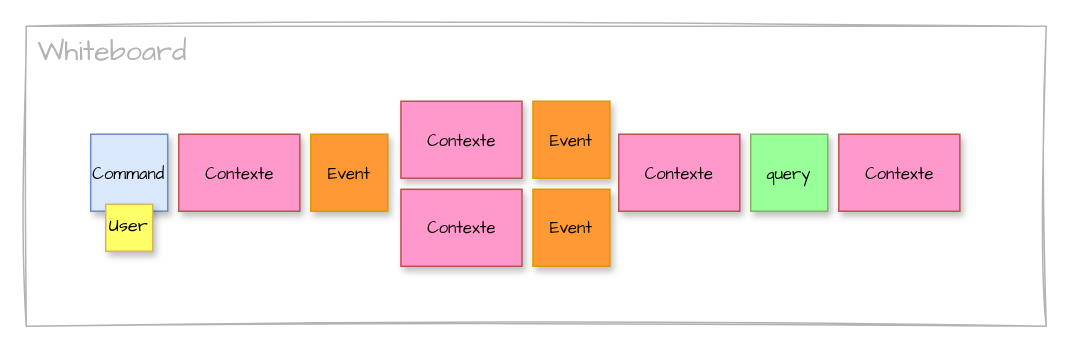
The draw.io diagram page "Nick Tune" (12 of 12) of content/en/knowledgebase/ddd-eventstorming/eventstorming.drawio in mauvaisetroupe/architech, before the edit. Source tidied: cells renumbered, new cells numbered last; positions are measured from the earlier drawing's top-left corner, leaving out a move shared by most shapes. Both pictures are drawn from the tidied source at 150%, with x=0, y=0 at pixel (26, 26).
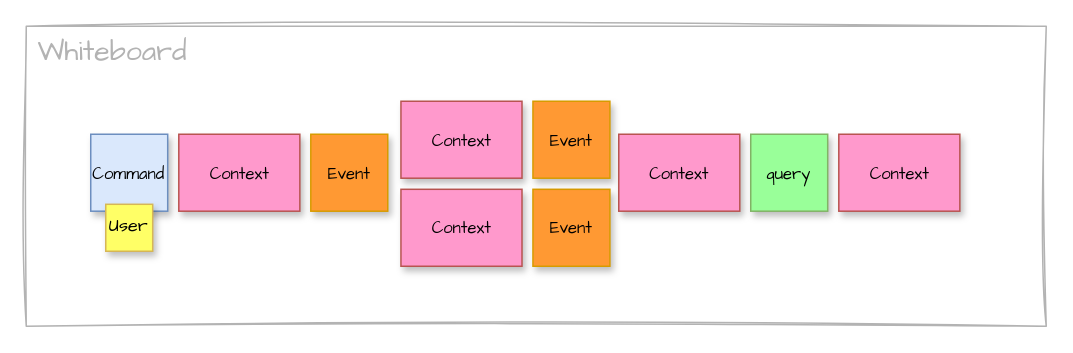
The same page after the edit.

The edit, as a diff of the source:
```diff
@@
 <mxGraphModel>
   <root>
     <mxCell id="0" />
     <mxCell id="1" parent="0" />
     <mxCell id="2" style="rounded=0;whiteSpace=wrap;html=1;sketch=1;hachureGap=4;jiggle=2;curveFitting=1;fontFamily=Architects Daughter;strokeColor=#B3B3B3;" parent="1" vertex="1">
       <mxGeometry width="680" height="200" as="geometry" />
     </mxCell>
     <mxCell id="3" value="&lt;span style=&quot;font-family: &amp;quot;Architects Daughter&amp;quot;; font-size: 19px; font-style: normal; font-variant-ligatures: normal; font-variant-caps: normal; font-weight: 400; letter-spacing: normal; orphans: 2; text-align: center; text-indent: 0px; text-transform: none; widows: 2; word-spacing: 0px; -webkit-text-stroke-width: 0px; white-space: nowrap; background-color: rgb(255, 255, 255); text-decoration-thickness: initial; text-decoration-style: initial; text-decoration-color: initial; float: none; display: inline !important;&quot;&gt;Whiteboard&lt;/span&gt;" style="text;whiteSpace=wrap;html=1;fontFamily=Architects Daughter;fontColor=#B3B3B3;" parent="1" vertex="1">
       <mxGeometry x="6" width="88" height="27" as="geometry" />
     </mxCell>
     <mxCell id="4" value="Command" style="whiteSpace=wrap;html=1;hachureGap=4;fontFamily=Architects Daughter;fillColor=#dae8fc;strokeColor=#6c8ebf;spacingTop=2;spacingLeft=2;spacingBottom=2;spacingRight=2;align=center;verticalAlign=middle;fontSize=11;flipH=0;flipV=1;shadow=1;" parent="1" vertex="1">
       <mxGeometry x="43" y="72" width="51.3" height="51.3" as="geometry" />
     </mxCell>
     <mxCell id="5" value="query" style="whiteSpace=wrap;html=1;hachureGap=4;fontFamily=Architects Daughter;fillColor=#99FF99;strokeColor=#82b366;spacingTop=2;spacingLeft=2;spacingBottom=2;spacingRight=2;flipH=0;flipV=1;fontSize=11;shadow=1;" parent="1" vertex="1">
       <mxGeometry x="483" y="72" width="51.3" height="51.3" as="geometry" />
     </mxCell>
-    <mxCell id="6" value="Contexte" style="whiteSpace=wrap;html=1;hachureGap=4;fontFamily=Architects Daughter;fillColor=#FF99CC;strokeColor=#b85450;spacingTop=2;spacingLeft=2;spacingBottom=2;spacingRight=2;fontSize=11;shadow=1;" parent="1" vertex="1">
+    <mxCell id="6" value="Context" style="whiteSpace=wrap;html=1;hachureGap=4;fontFamily=Architects Daughter;fillColor=#FF99CC;strokeColor=#b85450;spacingTop=2;spacingLeft=2;spacingBottom=2;spacingRight=2;fontSize=11;shadow=1;" parent="1" vertex="1">
       <mxGeometry x="101.7" y="72" width="80.7" height="51.3" as="geometry" />
     </mxCell>
     <mxCell id="7" value="Event" style="whiteSpace=wrap;html=1;hachureGap=4;fontFamily=Architects Daughter;fillColor=#FF9933;strokeColor=#d79b00;spacingTop=2;spacingLeft=2;spacingBottom=2;spacingRight=2;fontSize=11;shadow=1;" parent="1" vertex="1">
       <mxGeometry x="189.7" y="72" width="51.3" height="51.3" as="geometry" />
     </mxCell>
-    <mxCell id="8" value="Contexte" style="whiteSpace=wrap;html=1;hachureGap=4;fontFamily=Architects Daughter;fillColor=#FF99CC;strokeColor=#b85450;spacingTop=2;spacingLeft=2;spacingBottom=2;spacingRight=2;fontSize=11;shadow=1;" parent="1" vertex="1">
+    <mxCell id="8" value="Context" style="whiteSpace=wrap;html=1;hachureGap=4;fontFamily=Architects Daughter;fillColor=#FF99CC;strokeColor=#b85450;spacingTop=2;spacingLeft=2;spacingBottom=2;spacingRight=2;fontSize=11;shadow=1;" parent="1" vertex="1">
       <mxGeometry x="249.8" y="108.7" width="80.7" height="51.3" as="geometry" />
     </mxCell>
-    <mxCell id="9" value="Contexte" style="whiteSpace=wrap;html=1;hachureGap=4;fontFamily=Architects Daughter;fillColor=#FF99CC;strokeColor=#b85450;spacingTop=2;spacingLeft=2;spacingBottom=2;spacingRight=2;fontSize=11;shadow=1;" parent="1" vertex="1">
+    <mxCell id="9" value="Context" style="whiteSpace=wrap;html=1;hachureGap=4;fontFamily=Architects Daughter;fillColor=#FF99CC;strokeColor=#b85450;spacingTop=2;spacingLeft=2;spacingBottom=2;spacingRight=2;fontSize=11;shadow=1;" parent="1" vertex="1">
       <mxGeometry x="249.8" y="50" width="80.7" height="51.3" as="geometry" />
     </mxCell>
     <mxCell id="10" value="Event" style="whiteSpace=wrap;html=1;hachureGap=4;fontFamily=Architects Daughter;fillColor=#FF9933;strokeColor=#d79b00;spacingTop=2;spacingLeft=2;spacingBottom=2;spacingRight=2;fontSize=11;shadow=1;" parent="1" vertex="1">
       <mxGeometry x="337.8" y="108.7" width="51.3" height="51.3" as="geometry" />
     </mxCell>
     <mxCell id="11" value="Event" style="whiteSpace=wrap;html=1;hachureGap=4;fontFamily=Architects Daughter;fillColor=#FF9933;strokeColor=#d79b00;spacingTop=2;spacingLeft=2;spacingBottom=2;spacingRight=2;fontSize=11;shadow=1;" parent="1" vertex="1">
       <mxGeometry x="337.8" y="50" width="51.3" height="51.3" as="geometry" />
     </mxCell>
-    <mxCell id="12" value="Contexte" style="whiteSpace=wrap;html=1;hachureGap=4;fontFamily=Architects Daughter;fillColor=#FF99CC;strokeColor=#b85450;spacingTop=2;spacingLeft=2;spacingBottom=2;spacingRight=2;fontSize=11;shadow=1;" parent="1" vertex="1">
+    <mxCell id="12" value="Context" style="whiteSpace=wrap;html=1;hachureGap=4;fontFamily=Architects Daughter;fillColor=#FF99CC;strokeColor=#b85450;spacingTop=2;spacingLeft=2;spacingBottom=2;spacingRight=2;fontSize=11;shadow=1;" parent="1" vertex="1">
       <mxGeometry x="395" y="72" width="80.7" height="51.3" as="geometry" />
     </mxCell>
-    <mxCell id="13" value="Contexte" style="whiteSpace=wrap;html=1;hachureGap=4;fontFamily=Architects Daughter;fillColor=#FF99CC;strokeColor=#b85450;spacingTop=2;spacingLeft=2;spacingBottom=2;spacingRight=2;fontSize=11;shadow=1;" parent="1" vertex="1">
+    <mxCell id="13" value="Context" style="whiteSpace=wrap;html=1;hachureGap=4;fontFamily=Architects Daughter;fillColor=#FF99CC;strokeColor=#b85450;spacingTop=2;spacingLeft=2;spacingBottom=2;spacingRight=2;fontSize=11;shadow=1;" parent="1" vertex="1">
       <mxGeometry x="541.7" y="72" width="80.7" height="51.3" as="geometry" />
     </mxCell>
     <mxCell id="14" value="User" style="whiteSpace=wrap;html=1;hachureGap=4;fontFamily=Architects Daughter;fillColor=#FFFF66;strokeColor=#d6b656;spacingTop=2;spacingLeft=2;spacingBottom=2;spacingRight=2;fontSize=12;shadow=1;" parent="1" vertex="1">
       <mxGeometry x="53" y="118.7" width="31.3" height="31.3" as="geometry" />
     </mxCell>
   </root>
 </mxGraphModel>
```
